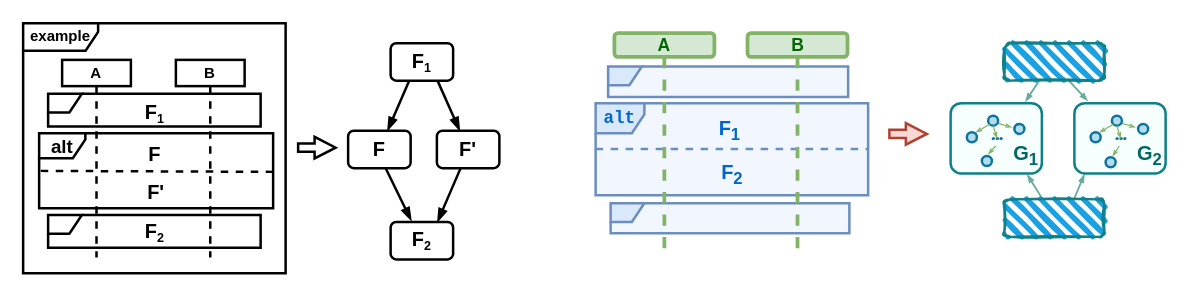
This is alt.drawio from ShiYufei0708/draw, a draw.io file, before an edit. Source tidied: cells renumbered, new cells numbered last; positions are measured from the earlier drawing's top-left corner, leaving out a move shared by most shapes. Both pictures are drawn from the tidied source at 125%, with x=0, y=0 at pixel (22, 22).
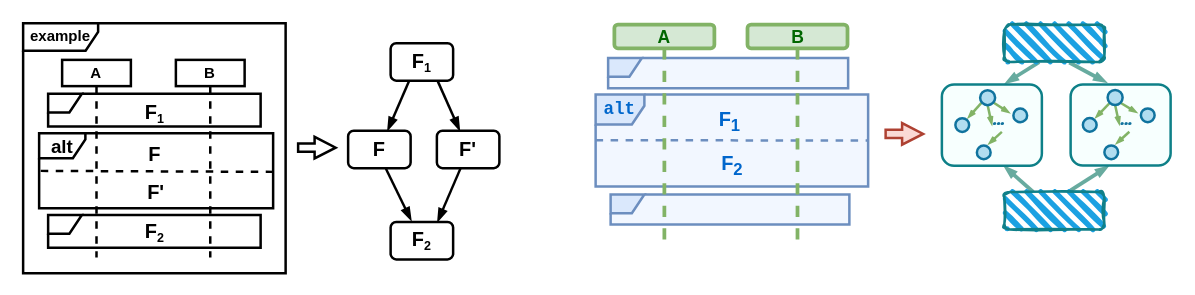
Above is the later version.

What changed in the source:
```diff
@@
-    <mxCell id="2" style="rounded=0;jettySize=auto;html=1;strokeColor=light-dark(#67AB9F,#EDEDED);endArrow=blockThin;endFill=1;endSize=3;strokeWidth=1.5;exitX=0.649;exitY=1.013;exitDx=0;exitDy=0;exitPerimeter=0;entryX=0.145;entryY=-0.033;entryDx=0;entryDy=0;entryPerimeter=0;" parent="1" edge="1" source="60" target="37">
+    <mxCell id="2" style="rounded=0;jettySize=auto;html=1;strokeColor=light-dark(#67AB9F,#EDEDED);endArrow=blockThin;endFill=1;endSize=3;strokeWidth=3;exitX=0.649;exitY=1.013;exitDx=0;exitDy=0;exitPerimeter=0;entryX=0.359;entryY=-0.023;entryDx=0;entryDy=0;entryPerimeter=0;" parent="1" edge="1" source="60" target="75">
       <mxGeometry relative="1" as="geometry" />
     </mxCell>
-    <mxCell id="3" style="rounded=0;orthogonalLoop=1;jettySize=auto;html=1;strokeWidth=1.5;endArrow=blockThin;endFill=1;endSize=3;strokeColor=light-dark(#68ab9f, #ededed);" parent="1" edge="1">
-      <mxGeometry relative="1" as="geometry">
-        <mxPoint x="840" y="142.6" as="sourcePoint" />
-        <mxPoint x="849" y="121" as="targetPoint" />
-      </mxGeometry>
+    <mxCell id="3" style="rounded=0;jettySize=auto;html=1;strokeWidth=3;endArrow=blockThin;endFill=1;endSize=3;strokeColor=light-dark(#68ab9f, #ededed);exitX=0.662;exitY=-0.044;exitDx=0;exitDy=0;exitPerimeter=0;entryX=0.377;entryY=1.01;entryDx=0;entryDy=0;entryPerimeter=0;" parent="1" edge="1" source="62" target="75">
+      <mxGeometry relative="1" as="geometry" />
     </mxCell>
     <mxCell id="4" style="group;" parent="1" vertex="1">
-      <mxGeometry x="458" y="64" width="218" height="73.6" as="geometry" />
+      <mxGeometry x="458" y="57.1" width="218" height="73.6" as="geometry" />
     </mxCell>
@@
     <mxCell id="9" style="shape=umlFrame;whiteSpace=wrap;html=1;width=27;height=15;fillColor=#dae8fc;strokeColor=#6c8ebf;fillStyle=auto;shadow=0;strokeWidth=2;swimlaneFillColor=light-dark(#F2F7FF,#002813);" parent="1" vertex="1">
-      <mxGeometry x="468" y="34.7" width="192" height="24.3" as="geometry" />
+      <mxGeometry x="468" y="27.8" width="192" height="24.3" as="geometry" />
     </mxCell>
@@
     <mxCell id="31" style="shape=umlFrame;whiteSpace=wrap;html=1;width=27;height=15;fillColor=#dae8fc;strokeColor=#6c8ebf;fillStyle=auto;shadow=0;strokeWidth=2;swimlaneFillColor=light-dark(#F2F7FF,#002813);" parent="1" vertex="1">
-      <mxGeometry x="470" y="144" width="191" height="24" as="geometry" />
+      <mxGeometry x="470" y="137.1" width="191" height="24" as="geometry" />
     </mxCell>
     <mxCell id="32" value="&lt;font face=&quot;Helvetica&quot; style=&quot;color: rgb(0, 102, 0); font-size: 14px;&quot;&gt;&lt;b style=&quot;&quot;&gt;A&lt;/b&gt;&lt;/font&gt;" style="shape=umlLifeline;perimeter=lifelinePerimeter;whiteSpace=wrap;html=1;newEdgeStyle={&quot;curved&quot;:0,&quot;rounded&quot;:0};size=19;fillColor=#d5e8d4;strokeColor=#82b366;strokeWidth=3;rounded=1;shadow=0;" parent="1" vertex="1">
-      <mxGeometry x="473" y="8" width="80" height="175" as="geometry" />
+      <mxGeometry x="473" y="1.1" width="80" height="175" as="geometry" />
     </mxCell>
     <mxCell id="33" value="&lt;font face=&quot;Helvetica&quot; style=&quot;color: rgb(0, 102, 0); font-size: 14px;&quot;&gt;&lt;b style=&quot;&quot;&gt;B&lt;/b&gt;&lt;/font&gt;" style="shape=umlLifeline;perimeter=lifelinePerimeter;whiteSpace=wrap;html=1;newEdgeStyle={&quot;curved&quot;:0,&quot;rounded&quot;:0};size=19;fillColor=#d5e8d4;strokeColor=#82b366;strokeWidth=3;rounded=1;shadow=0;" parent="1" vertex="1">
-      <mxGeometry x="579.5" y="8" width="80" height="175" as="geometry" />
+      <mxGeometry x="579.5" y="1.1" width="80" height="175" as="geometry" />
     </mxCell>
-    <mxCell id="34" style="rounded=0;jettySize=auto;html=1;strokeColor=light-dark(#67AB9F,#EDEDED);endArrow=blockThin;endFill=1;endSize=3;strokeWidth=1.5;exitX=0.348;exitY=1.005;exitDx=0;exitDy=0;exitPerimeter=0;entryX=0.82;entryY=-0.023;entryDx=0;entryDy=0;entryPerimeter=0;" parent="1" edge="1" source="60" target="49">
+    <mxCell id="34" style="rounded=0;jettySize=auto;html=1;strokeColor=light-dark(#67AB9F,#EDEDED);endArrow=blockThin;endFill=1;endSize=3;strokeWidth=3;exitX=0.348;exitY=1.005;exitDx=0;exitDy=0;exitPerimeter=0;entryX=0.636;entryY=-0.016;entryDx=0;entryDy=0;entryPerimeter=0;" parent="1" edge="1" source="60" target="64">
       <mxGeometry relative="1" as="geometry" />
     </mxCell>
     <mxCell id="35" style="html=1;shadow=0;dashed=0;align=center;verticalAlign=middle;shape=mxgraph.arrows2.arrow;dy=0.61;dx=16.82;notch=0;strokeWidth=2;fillColor=#fad9d5;strokeColor=#ae4132;" parent="1" vertex="1">
-      <mxGeometry x="693" y="80" width="30" height="17.2" as="geometry" />
+      <mxGeometry x="690" y="80" width="30" height="17.2" as="geometry" />
     </mxCell>
-    <mxCell id="36" style="group;" parent="1" vertex="1">
-      <mxGeometry x="841" y="64" width="79" height="58.7" as="geometry" />
-    </mxCell>
-    <mxCell id="37" style="rounded=1;whiteSpace=wrap;html=1;strokeWidth=2;fillColor=#F7FFFE;strokeColor=#0e8088;" parent="36" vertex="1">
-      <mxGeometry width="73" height="56.3" as="geometry" />
-    </mxCell>
-    <mxCell id="38" style="rounded=0;jettySize=auto;html=1;endArrow=openThin;endFill=0;strokeColor=#82b366;strokeWidth=1;fillColor=#d5e8d4;endSize=3;entryX=-0.25;entryY=0.336;entryDx=0;entryDy=0;entryPerimeter=0;" parent="36" edge="1" target="40">
-      <mxGeometry relative="1" as="geometry">
-        <mxPoint x="37" y="16" as="sourcePoint" />
-      </mxGeometry>
-    </mxCell>
-    <mxCell id="39" style="ellipse;whiteSpace=wrap;html=1;strokeWidth=2;fillColor=#b1ddf0;strokeColor=#10739e;" parent="36" vertex="1">
-      <mxGeometry x="30" y="10" width="8" height="8" as="geometry" />
-    </mxCell>
-    <mxCell id="40" style="ellipse;whiteSpace=wrap;html=1;strokeWidth=2;fillColor=#b1ddf0;strokeColor=#10739e;" parent="36" vertex="1">
-      <mxGeometry x="51" y="16.6" width="8" height="8" as="geometry" />
-    </mxCell>
-    <mxCell id="41" style="ellipse;whiteSpace=wrap;html=1;strokeWidth=2;fillColor=#b1ddf0;strokeColor=#10739e;" parent="36" vertex="1">
-      <mxGeometry x="25" y="43.3" width="8" height="8" as="geometry" />
-    </mxCell>
-    <mxCell id="42" style="ellipse;whiteSpace=wrap;html=1;strokeWidth=2;fillColor=#b1ddf0;strokeColor=#10739e;" parent="36" vertex="1">
-      <mxGeometry x="13" y="23.3" width="8" height="8" as="geometry" />
-    </mxCell>
-    <mxCell id="43" style="rounded=0;jettySize=auto;html=1;endArrow=openThin;endFill=0;strokeColor=#82b366;strokeWidth=1;fillColor=#d5e8d4;endSize=3;exitX=0;exitY=1;exitDx=0;exitDy=0;entryX=0.89;entryY=0.017;entryDx=0;entryDy=0;entryPerimeter=0;" parent="36" edge="1" source="39" target="42">
-      <mxGeometry relative="1" as="geometry" />
-    </mxCell>
-    <mxCell id="44" value="&lt;b&gt;&lt;font style=&quot;font-size: 22px;&quot; face=&quot;Comic Sans MS&quot;&gt;...&lt;/font&gt;&lt;/b&gt;" style="text;html=1;align=center;verticalAlign=middle;strokeColor=none;fillColor=none;fontColor=light-dark(#12739e, #ededed);" parent="36" vertex="1">
-      <mxGeometry x="13.5" y="5.3" width="47" height="38" as="geometry" />
-    </mxCell>
-    <mxCell id="45" style="rounded=0;jettySize=auto;html=1;endArrow=openThin;endFill=0;strokeColor=#82b366;strokeWidth=1;fillColor=#d5e8d4;endSize=3;exitX=0.5;exitY=1;exitDx=0;exitDy=0;" parent="36" edge="1" source="39">
-      <mxGeometry relative="1" as="geometry">
-        <mxPoint x="37" y="28.3" as="targetPoint" />
-      </mxGeometry>
-    </mxCell>
-    <mxCell id="46" style="rounded=0;jettySize=auto;html=1;endArrow=openThin;endFill=0;strokeColor=#82b366;strokeWidth=1;fillColor=#d5e8d4;endSize=3;entryX=0.691;entryY=-0.106;entryDx=0;entryDy=0;entryPerimeter=0;" parent="36" edge="1" target="41">
-      <mxGeometry relative="1" as="geometry">
-        <mxPoint x="36" y="34.3" as="sourcePoint" />
-      </mxGeometry>
-    </mxCell>
-    <mxCell id="47" value="&lt;span style=&quot;font-size: 16px;&quot;&gt;&lt;font style=&quot;color: rgb(0, 102, 102);&quot;&gt;G&lt;sub style=&quot;&quot;&gt;2&lt;/sub&gt;&lt;/font&gt;&lt;/span&gt;" style="text;html=1;align=center;verticalAlign=middle;strokeColor=none;fillColor=none;fontStyle=1;strokeWidth=2;" parent="36" vertex="1">
-      <mxGeometry x="41" y="24.7" width="38" height="34" as="geometry" />
-    </mxCell>
-    <mxCell id="48" style="group;" parent="1" vertex="1">
-      <mxGeometry x="742" y="64" width="79" height="59.2" as="geometry" />
-    </mxCell>
-    <mxCell id="49" style="rounded=1;whiteSpace=wrap;html=1;strokeWidth=2;fillColor=#F7FFFE;strokeColor=#0e8088;" parent="48" vertex="1">
-      <mxGeometry width="73" height="56.3" as="geometry" />
-    </mxCell>
-    <mxCell id="50" style="rounded=0;jettySize=auto;html=1;endArrow=openThin;endFill=0;strokeColor=#82b366;strokeWidth=1;fillColor=#d5e8d4;endSize=3;entryX=-0.25;entryY=0.336;entryDx=0;entryDy=0;entryPerimeter=0;" parent="48" edge="1" target="52">
-      <mxGeometry relative="1" as="geometry">
-        <mxPoint x="37" y="16" as="sourcePoint" />
-      </mxGeometry>
-    </mxCell>
-    <mxCell id="51" style="ellipse;whiteSpace=wrap;html=1;strokeWidth=2;fillColor=#b1ddf0;strokeColor=#10739e;" parent="48" vertex="1">
-      <mxGeometry x="30" y="10" width="8" height="8" as="geometry" />
-    </mxCell>
-    <mxCell id="52" style="ellipse;whiteSpace=wrap;html=1;strokeWidth=2;fillColor=#b1ddf0;strokeColor=#10739e;" parent="48" vertex="1">
-      <mxGeometry x="51" y="16.6" width="8" height="8" as="geometry" />
-    </mxCell>
-    <mxCell id="53" style="ellipse;whiteSpace=wrap;html=1;strokeWidth=2;fillColor=#b1ddf0;strokeColor=#10739e;" parent="48" vertex="1">
-      <mxGeometry x="25" y="42.3" width="8" height="8" as="geometry" />
-    </mxCell>
-    <mxCell id="54" style="ellipse;whiteSpace=wrap;html=1;strokeWidth=2;fillColor=#b1ddf0;strokeColor=#10739e;" parent="48" vertex="1">
-      <mxGeometry x="13" y="23.3" width="8" height="8" as="geometry" />
-    </mxCell>
-    <mxCell id="55" style="rounded=0;jettySize=auto;html=1;endArrow=openThin;endFill=0;strokeColor=#82b366;strokeWidth=1;fillColor=#d5e8d4;endSize=3;exitX=0;exitY=1;exitDx=0;exitDy=0;entryX=0.89;entryY=0.017;entryDx=0;entryDy=0;entryPerimeter=0;" parent="48" edge="1" source="51" target="54">
-      <mxGeometry relative="1" as="geometry" />
-    </mxCell>
-    <mxCell id="56" value="&lt;b&gt;&lt;font style=&quot;font-size: 22px;&quot; face=&quot;Comic Sans MS&quot;&gt;...&lt;/font&gt;&lt;/b&gt;" style="text;html=1;align=center;verticalAlign=middle;strokeColor=none;fillColor=none;fontColor=light-dark(#12739e, #ededed);" parent="48" vertex="1">
-      <mxGeometry x="13.5" y="5.3" width="47" height="38" as="geometry" />
-    </mxCell>
-    <mxCell id="57" style="rounded=0;jettySize=auto;html=1;endArrow=openThin;endFill=0;strokeColor=#82b366;strokeWidth=1;fillColor=#d5e8d4;endSize=3;exitX=0.5;exitY=1;exitDx=0;exitDy=0;" parent="48" edge="1" source="51">
-      <mxGeometry relative="1" as="geometry">
-        <mxPoint x="37" y="28.3" as="targetPoint" />
-      </mxGeometry>
-    </mxCell>
-    <mxCell id="58" style="rounded=0;orthogonalLoop=1;jettySize=auto;html=1;endArrow=openThin;endFill=0;strokeColor=#82b366;strokeWidth=1;fillColor=#d5e8d4;endSize=3;" parent="48" edge="1">
-      <mxGeometry relative="1" as="geometry">
-        <mxPoint x="36" y="34.3" as="sourcePoint" />
-        <mxPoint x="30" y="40.9" as="targetPoint" />
-      </mxGeometry>
-    </mxCell>
-    <mxCell id="59" value="&lt;span style=&quot;font-size: 16px;&quot;&gt;&lt;font style=&quot;color: rgb(0, 102, 102);&quot;&gt;G&lt;sub style=&quot;&quot;&gt;1&lt;/sub&gt;&lt;/font&gt;&lt;/span&gt;" style="text;html=1;align=center;verticalAlign=middle;strokeColor=none;fillColor=none;fontStyle=1;strokeWidth=2;" parent="48" vertex="1">
-      <mxGeometry x="41" y="25.2" width="38" height="34" as="geometry" />
-    </mxCell>
     <mxCell id="60" style="rounded=1;whiteSpace=wrap;html=1;strokeWidth=2;fillWeight=4;hachureGap=8;hachureAngle=45;fillColor=#1ba1e2;sketch=1;strokeColor=light-dark(#108089, #ededed);" parent="1" vertex="1">
-      <mxGeometry x="785" y="16" width="80" height="30" as="geometry" />
+      <mxGeometry x="785" y="1.1" width="80" height="30" as="geometry" />
     </mxCell>
-    <mxCell id="61" style="rounded=0;jettySize=auto;html=1;entryX=0.839;entryY=1.014;entryDx=0;entryDy=0;strokeWidth=1.5;endArrow=blockThin;endFill=1;endSize=3;strokeColor=light-dark(#68ab9f, #ededed);entryPerimeter=0;" parent="1" edge="1" source="62" target="49">
+    <mxCell id="61" style="rounded=0;jettySize=auto;html=1;entryX=0.624;entryY=1.008;entryDx=0;entryDy=0;strokeWidth=3;endArrow=blockThin;endFill=1;endSize=3;strokeColor=light-dark(#68ab9f, #ededed);entryPerimeter=0;" parent="1" edge="1" source="62" target="64">
       <mxGeometry relative="1" as="geometry" />
     </mxCell>
     <mxCell id="62" style="rounded=1;whiteSpace=wrap;html=1;strokeWidth=2;fillWeight=4;hachureGap=8;hachureAngle=45;fillColor=#1ba1e2;sketch=1;strokeColor=light-dark(#108089, #ededed);" parent="1" vertex="1">
-      <mxGeometry x="785" y="141" width="80" height="30" as="geometry" />
+      <mxGeometry x="785" y="135.1" width="80" height="30" as="geometry" />
     </mxCell>
+    <mxCell id="63" style="group;" parent="1" vertex="1">
+      <mxGeometry x="730" y="49.1" width="89" height="64.9" as="geometry" />
+    </mxCell>
+    <mxCell id="64" style="rounded=1;whiteSpace=wrap;html=1;strokeWidth=2;fillColor=#F7FFFE;strokeColor=#0e8088;" parent="63" vertex="1">
+      <mxGeometry x="5" width="80" height="64.9" as="geometry" />
+    </mxCell>
+    <mxCell id="65" style="rounded=0;jettySize=auto;html=1;endArrow=openThin;endFill=0;strokeColor=#82b366;strokeWidth=2;fillColor=#d5e8d4;endSize=3;entryX=-0.25;entryY=0.336;entryDx=0;entryDy=0;entryPerimeter=0;exitX=1;exitY=1;exitDx=0;exitDy=0;" parent="63" edge="1" source="72" target="66">
+      <mxGeometry relative="1" as="geometry" />
+    </mxCell>
+    <mxCell id="66" style="ellipse;whiteSpace=wrap;html=1;strokeWidth=2;fillColor=#b1ddf0;strokeColor=#10739e;" parent="63" vertex="1">
+      <mxGeometry x="62.2" y="19.2" width="11" height="11" as="geometry" />
+    </mxCell>
+    <mxCell id="67" style="ellipse;whiteSpace=wrap;html=1;strokeWidth=2;fillColor=#b1ddf0;strokeColor=#10739e;" parent="63" vertex="1">
+      <mxGeometry x="33" y="48.8" width="11" height="11" as="geometry" />
+    </mxCell>
+    <mxCell id="68" style="ellipse;whiteSpace=wrap;html=1;strokeWidth=2;fillColor=#b1ddf0;strokeColor=#10739e;" parent="63" vertex="1">
+      <mxGeometry x="15.8" y="26.9" width="11" height="11" as="geometry" />
+    </mxCell>
+    <mxCell id="69" style="rounded=0;jettySize=auto;html=1;endArrow=openThin;endFill=0;strokeColor=#82b366;strokeWidth=2;fillColor=#d5e8d4;endSize=3;exitX=0;exitY=1;exitDx=0;exitDy=0;entryX=0.89;entryY=0.017;entryDx=0;entryDy=0;entryPerimeter=0;" parent="63" edge="1" source="72" target="68">
+      <mxGeometry relative="1" as="geometry" />
+    </mxCell>
+    <mxCell id="70" style="rounded=0;jettySize=auto;html=1;endArrow=openThin;endFill=0;strokeColor=#82b366;strokeWidth=2;fillColor=#d5e8d4;endSize=3;exitX=0.5;exitY=1;exitDx=0;exitDy=0;" parent="63" edge="1" source="72">
+      <mxGeometry relative="1" as="geometry">
+        <mxPoint x="45.1" y="32.6" as="targetPoint" />
+      </mxGeometry>
+    </mxCell>
+    <mxCell id="71" style="rounded=0;orthogonalLoop=1;jettySize=auto;html=1;endArrow=openThin;endFill=0;strokeColor=#82b366;strokeWidth=2;fillColor=#d5e8d4;endSize=3;" parent="63" edge="1">
+      <mxGeometry relative="1" as="geometry">
+        <mxPoint x="53" y="37.9" as="sourcePoint" />
+        <mxPoint x="42" y="47.9" as="targetPoint" />
+      </mxGeometry>
+    </mxCell>
+    <mxCell id="72" style="ellipse;whiteSpace=wrap;html=1;strokeWidth=2;fillColor=#b1ddf0;strokeColor=#10739e;" parent="63" vertex="1">
+      <mxGeometry x="35.6" y="4.5" width="12" height="12" as="geometry" />
+    </mxCell>
+    <mxCell id="73" value="&lt;b&gt;&lt;font style=&quot;font-size: 22px;&quot; face=&quot;Comic Sans MS&quot;&gt;...&lt;/font&gt;&lt;/b&gt;" style="text;html=1;align=center;verticalAlign=middle;strokeColor=none;fillColor=none;fontColor=light-dark(#12739e, #ededed);" parent="63" vertex="1">
+      <mxGeometry x="26.8" y="7.5" width="47" height="38" as="geometry" />
+    </mxCell>
+    <mxCell id="74" style="group;" parent="1" vertex="1">
+      <mxGeometry x="832" y="49" width="89" height="64.9" as="geometry" />
+    </mxCell>
+    <mxCell id="75" style="rounded=1;whiteSpace=wrap;html=1;strokeWidth=2;fillColor=#F7FFFE;strokeColor=#0e8088;" parent="74" vertex="1">
+      <mxGeometry x="6" width="80" height="64.9" as="geometry" />
+    </mxCell>
+    <mxCell id="76" style="rounded=0;jettySize=auto;html=1;endArrow=openThin;endFill=0;strokeColor=#82b366;strokeWidth=2;fillColor=#d5e8d4;endSize=3;entryX=-0.25;entryY=0.336;entryDx=0;entryDy=0;entryPerimeter=0;exitX=1;exitY=1;exitDx=0;exitDy=0;" parent="74" edge="1" source="83" target="77">
+      <mxGeometry relative="1" as="geometry" />
+    </mxCell>
+    <mxCell id="77" style="ellipse;whiteSpace=wrap;html=1;strokeWidth=2;fillColor=#b1ddf0;strokeColor=#10739e;" parent="74" vertex="1">
+      <mxGeometry x="62.2" y="19.2" width="11" height="11" as="geometry" />
+    </mxCell>
+    <mxCell id="78" style="ellipse;whiteSpace=wrap;html=1;strokeWidth=2;fillColor=#b1ddf0;strokeColor=#10739e;" parent="74" vertex="1">
+      <mxGeometry x="33" y="48.8" width="11" height="11" as="geometry" />
+    </mxCell>
+    <mxCell id="79" style="ellipse;whiteSpace=wrap;html=1;strokeWidth=2;fillColor=#b1ddf0;strokeColor=#10739e;" parent="74" vertex="1">
+      <mxGeometry x="15.8" y="26.9" width="11" height="11" as="geometry" />
+    </mxCell>
+    <mxCell id="80" style="rounded=0;jettySize=auto;html=1;endArrow=openThin;endFill=0;strokeColor=#82b366;strokeWidth=2;fillColor=#d5e8d4;endSize=3;exitX=0;exitY=1;exitDx=0;exitDy=0;entryX=0.89;entryY=0.017;entryDx=0;entryDy=0;entryPerimeter=0;" parent="74" edge="1" source="83" target="79">
+      <mxGeometry relative="1" as="geometry" />
+    </mxCell>
+    <mxCell id="81" style="rounded=0;jettySize=auto;html=1;endArrow=openThin;endFill=0;strokeColor=#82b366;strokeWidth=2;fillColor=#d5e8d4;endSize=3;exitX=0.5;exitY=1;exitDx=0;exitDy=0;" parent="74" edge="1" source="83">
+      <mxGeometry relative="1" as="geometry">
+        <mxPoint x="45.1" y="32.6" as="targetPoint" />
+      </mxGeometry>
+    </mxCell>
+    <mxCell id="82" style="rounded=0;orthogonalLoop=1;jettySize=auto;html=1;endArrow=openThin;endFill=0;strokeColor=#82b366;strokeWidth=2;fillColor=#d5e8d4;endSize=3;" parent="74" edge="1">
+      <mxGeometry relative="1" as="geometry">
+        <mxPoint x="53" y="37.9" as="sourcePoint" />
+        <mxPoint x="42" y="47.9" as="targetPoint" />
+      </mxGeometry>
+    </mxCell>
+    <mxCell id="83" style="ellipse;whiteSpace=wrap;html=1;strokeWidth=2;fillColor=#b1ddf0;strokeColor=#10739e;" parent="74" vertex="1">
+      <mxGeometry x="35.6" y="4.5" width="12" height="12" as="geometry" />
+    </mxCell>
+    <mxCell id="84" value="&lt;b&gt;&lt;font style=&quot;font-size: 22px;&quot; face=&quot;Comic Sans MS&quot;&gt;...&lt;/font&gt;&lt;/b&gt;" style="text;html=1;align=center;verticalAlign=middle;strokeColor=none;fillColor=none;fontColor=light-dark(#12739e, #ededed);" parent="74" vertex="1">
+      <mxGeometry x="26.2" y="7.9" width="47" height="38" as="geometry" />
+    </mxCell>
```
